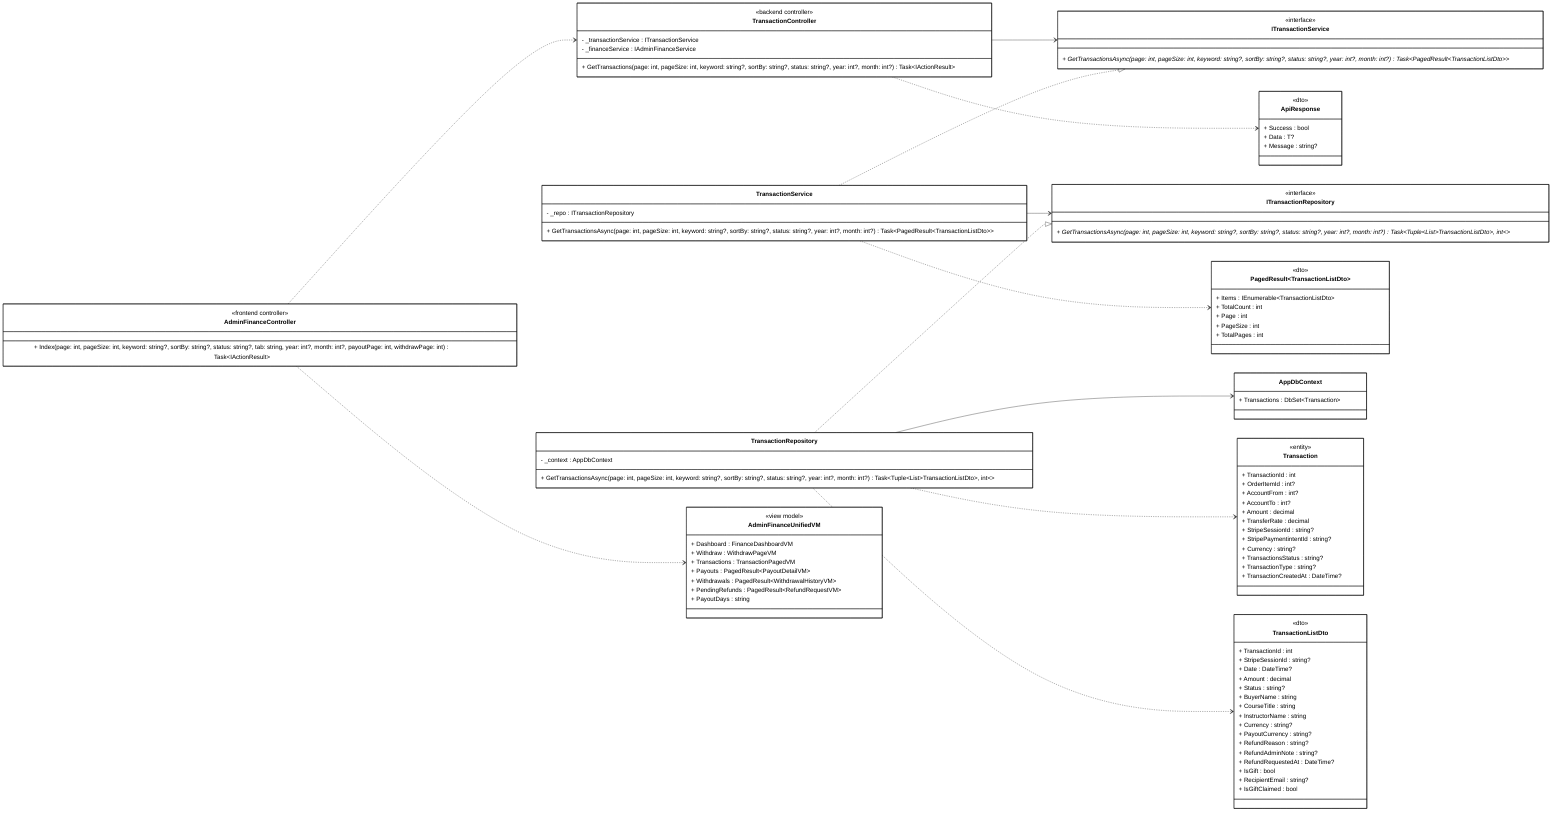
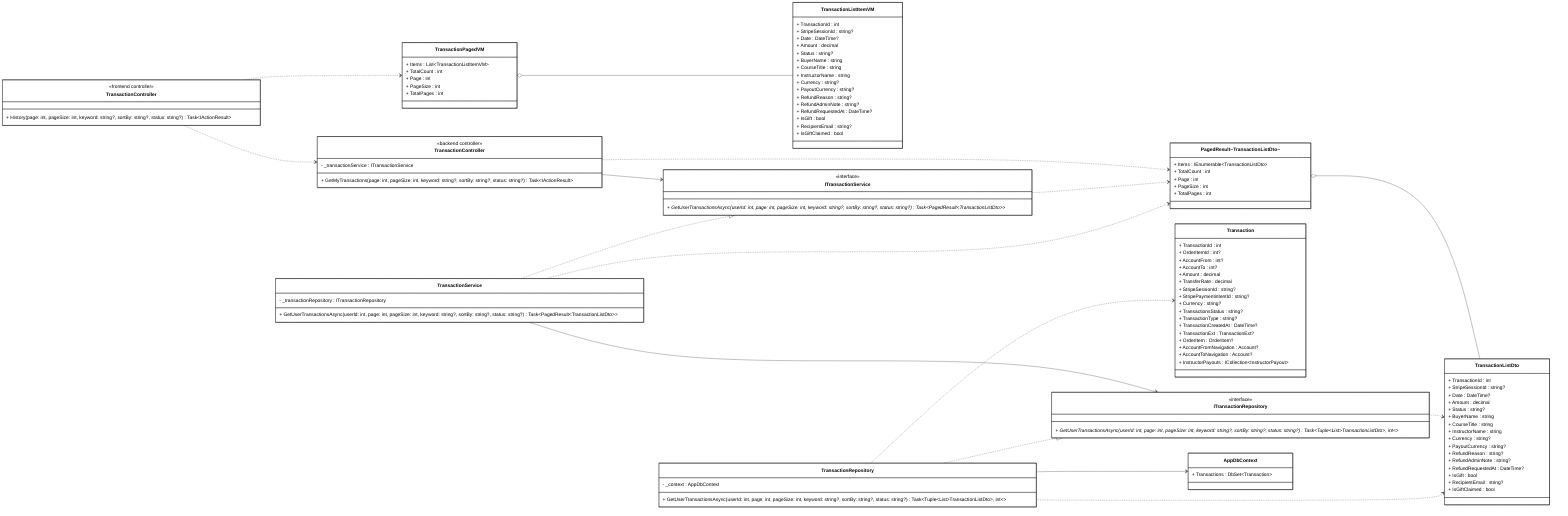
classDiagram
direction LR

- %% ==================== FRONTEND - CONTROLLER ====================
+ %% ==================== FRONTEND ====================

- class AdminFinanceControllerFE["AdminFinanceController"] {
+ class TransactionControllerFE["TransactionController"] {
    <<frontend controller>>
-     + Index(page: int, pageSize: int, keyword: string?, sortBy: string?, status: string?, tab: string, year: int?, month: int?, payoutPage: int, withdrawPage: int) Task~IActionResult~
+     + History(page: int, pageSize: int, keyword: string?, sortBy: string?, status: string?) Task~IActionResult~
}

- %% ==================== BACKEND - CONTROLLER ====================
- 
- class TransactionControllerBE["TransactionController"] {
-     <<backend controller>>
-     - _transactionService : ITransactionService
-     - _financeService : IAdminFinanceService
-     + GetTransactions(page: int, pageSize: int, keyword: string?, sortBy: string?, status: string?, year: int?, month: int?) Task~IActionResult~
+ class TransactionPagedVM {
+     + Items : List~TransactionListItemVM~
+     + TotalCount : int
+     + Page : int
+     + PageSize : int
+     + TotalPages : int
}

- %% ==================== BACKEND - SERVICE INTERFACES ====================
- 
- class ITransactionService {
-     <<interface>>
-     + GetTransactionsAsync(page: int, pageSize: int, keyword: string?, sortBy: string?, status: string?, year: int?, month: int?) Task~PagedResult~TransactionListDto~~ *
- }
- 
- class ITransactionRepository {
-     <<interface>>
-     + GetTransactionsAsync(page: int, pageSize: int, keyword: string?, sortBy: string?, status: string?, year: int?, month: int?) Task~Tuple~List~TransactionListDto~, int~~ *
- }
- 
- %% ==================== BACKEND - SERVICE/REPO IMPLEMENTATIONS ====================
- 
- class TransactionService {
-     - _repo : ITransactionRepository
-     + GetTransactionsAsync(page: int, pageSize: int, keyword: string?, sortBy: string?, status: string?, year: int?, month: int?) Task~PagedResult~TransactionListDto~~
- }
- 
- class TransactionRepository {
-     - _context : AppDbContext
-     + GetTransactionsAsync(page: int, pageSize: int, keyword: string?, sortBy: string?, status: string?, year: int?, month: int?) Task~Tuple~List~TransactionListDto~, int~~
- }
- 
- %% ==================== BACKEND - DB CONTEXT ====================
- 
- class AppDbContext {
-     + Transactions : DbSet~Transaction~
- }
- 
- %% ==================== BACKEND - DOMAIN ENTITIES ====================
- 
- class Transaction {
-     <<entity>>
-     + TransactionId : int
-     + OrderItemId : int?
-     + AccountFrom : int?
-     + AccountTo : int?
-     + Amount : decimal
-     + TransferRate : decimal
-     + StripeSessionId : string?
-     + StripePaymentintentId : string?
-     + Currency : string?
-     + TransactionsStatus : string?
-     + TransactionType : string?
-     + TransactionCreatedAt : DateTime?
- }
- 
- %% ==================== FRONTEND - VIEW MODELS ====================
- 
- class AdminFinanceUnifiedVM {
-     <<view model>>
-     + Dashboard : FinanceDashboardVM
-     + Withdraw : WithdrawPageVM
-     + Transactions : TransactionPagedVM
-     + Payouts : PagedResult~PayoutDetailVM~
-     + Withdrawals : PagedResult~WithdrawalHistoryVM~
-     + PendingRefunds : PagedResult~RefundRequestVM~
-     + PayoutDays : string
- }
- 
- %% ==================== BACKEND - DTOs ====================
- 
- class TransactionListDto {
-     <<dto>>
+ class TransactionListItemVM {
    + TransactionId : int
    + StripeSessionId : string?
    + Date : DateTime?
    + Amount : decimal
    + Status : string?
    + BuyerName : string
    + CourseTitle : string
    + InstructorName : string
    + Currency : string?
    + PayoutCurrency : string?
    + RefundReason : string?
    + RefundAdminNote : string?
    + RefundRequestedAt : DateTime?
    + IsGift : bool
    + RecipientEmail : string?
    + IsGiftClaimed : bool
}

- class PagedResult~TransactionListDto~ {
-     <<dto>>
+ %% ==================== BACKEND - CONTROLLER ====================
+ 
+ class TransactionControllerBE["TransactionController"] {
+     <<backend controller>>
+     - _transactionService : ITransactionService
+ 
+     + GetMyTransactions(page: int, pageSize: int, keyword: string?, sortBy: string?, status: string?) Task~IActionResult~
+ }
+ 
+ %% ==================== BACKEND - DTOs ====================
+ 
+ class PagedResultTransactionListDto["PagedResult~TransactionListDto~"] {
    + Items : IEnumerable~TransactionListDto~
    + TotalCount : int
    + Page : int
    + PageSize : int
    + TotalPages : int
}

- class ApiResponse {
-     <<dto>>
-     + Success : bool
-     + Data : T?
-     + Message : string?
+ class TransactionListDto {
+     + TransactionId : int
+     + StripeSessionId : string?
+     + Date : DateTime?
+     + Amount : decimal
+     + Status : string?
+     + BuyerName : string
+     + CourseTitle : string
+     + InstructorName : string
+     + Currency : string?
+     + PayoutCurrency : string?
+     + RefundReason : string?
+     + RefundAdminNote : string?
+     + RefundRequestedAt : DateTime?
+     + IsGift : bool
+     + RecipientEmail : string?
+     + IsGiftClaimed : bool
+ }
+ 
+ %% ==================== BACKEND - DOMAIN ENTITIES ====================
+ 
+ class Transaction {
+     + TransactionId : int
+     + OrderItemId : int?
+     + AccountFrom : int?
+     + AccountTo : int?
+     + Amount : decimal
+     + TransferRate : decimal
+     + StripeSessionId : string?
+     + StripePaymentintentId : string?
+     + Currency : string?
+     + TransactionsStatus : string?
+     + TransactionType : string?
+     + TransactionCreatedAt : DateTime?
+     + TransactionExt : TransactionExt?
+     + OrderItem : OrderItem?
+     + AccountFromNavigation : Account?
+     + AccountToNavigation : Account?
+     + InstructorPayouts : ICollection~InstructorPayout~
+ }
+ 
+ %% ==================== BACKEND - SERVICE INTERFACES ====================
+ 
+ class ITransactionService {
+     <<interface>>
+     + GetUserTransactionsAsync(userId: int, page: int, pageSize: int, keyword: string?, sortBy: string?, status: string?) Task~PagedResult~TransactionListDto~~ *
+ }
+ 
+ class ITransactionRepository {
+     <<interface>>
+     + GetUserTransactionsAsync(userId: int, page: int, pageSize: int, keyword: string?, sortBy: string?, status: string?) Task~Tuple~List~TransactionListDto~, int~~ *
+ }
+ 
+ %% ==================== BACKEND - SERVICE IMPLEMENTATION ====================
+ 
+ class TransactionService {
+     - _transactionRepository : ITransactionRepository
+ 
+     + GetUserTransactionsAsync(userId: int, page: int, pageSize: int, keyword: string?, sortBy: string?, status: string?) Task~PagedResult~TransactionListDto~~
+ }
+ 
+ %% ==================== BACKEND - REPOSITORY IMPLEMENTATION ====================
+ 
+ class TransactionRepository {
+     - _context : AppDbContext
+ 
+     + GetUserTransactionsAsync(userId: int, page: int, pageSize: int, keyword: string?, sortBy: string?, status: string?) Task~Tuple~List~TransactionListDto~, int~~
+ }
+ 
+ %% ==================== BACKEND - DbContext ====================
+ 
+ class AppDbContext {
+     + Transactions : DbSet~Transaction~
}

%% ==================== RELATIONSHIPS ====================

- %% === ASSOCIATION (solid arrow) ===
+ %% === AGGREGATION ===
+ TransactionPagedVM o-- TransactionListItemVM
+ PagedResultTransactionListDto o-- TransactionListDto
+ 
+ %% === UNIDIRECTIONAL ASSOCIATION ===
TransactionControllerBE --> ITransactionService
TransactionService --> ITransactionRepository
TransactionRepository --> AppDbContext

- %% === REALIZATION (hollow arrow) ===
+ %% === INTERFACE REALIZATION ===
TransactionService ..|> ITransactionService
TransactionRepository ..|> ITransactionRepository

- %% === DEPENDENCY (dashed arrow) ===
- AdminFinanceControllerFE ..> TransactionControllerBE
+ %% === DEPENDENCY ===
+ TransactionControllerFE ..> TransactionPagedVM
+ TransactionControllerFE ..> TransactionControllerBE
+ TransactionControllerBE ..> PagedResultTransactionListDto
+ ITransactionService ..> PagedResultTransactionListDto
+ TransactionService ..> PagedResultTransactionListDto
+ ITransactionRepository ..> TransactionListDto
+ TransactionRepository ..> TransactionListDto
TransactionRepository ..> Transaction
- TransactionRepository ..> TransactionListDto
- AdminFinanceControllerFE ..> AdminFinanceUnifiedVM
- TransactionService ..> PagedResult~TransactionListDto~
- TransactionControllerBE ..> ApiResponse

%% ==================== STYLES ====================

classDef default fill:#FFFFFF,stroke:#000000,stroke-width:1px,color:#000000
